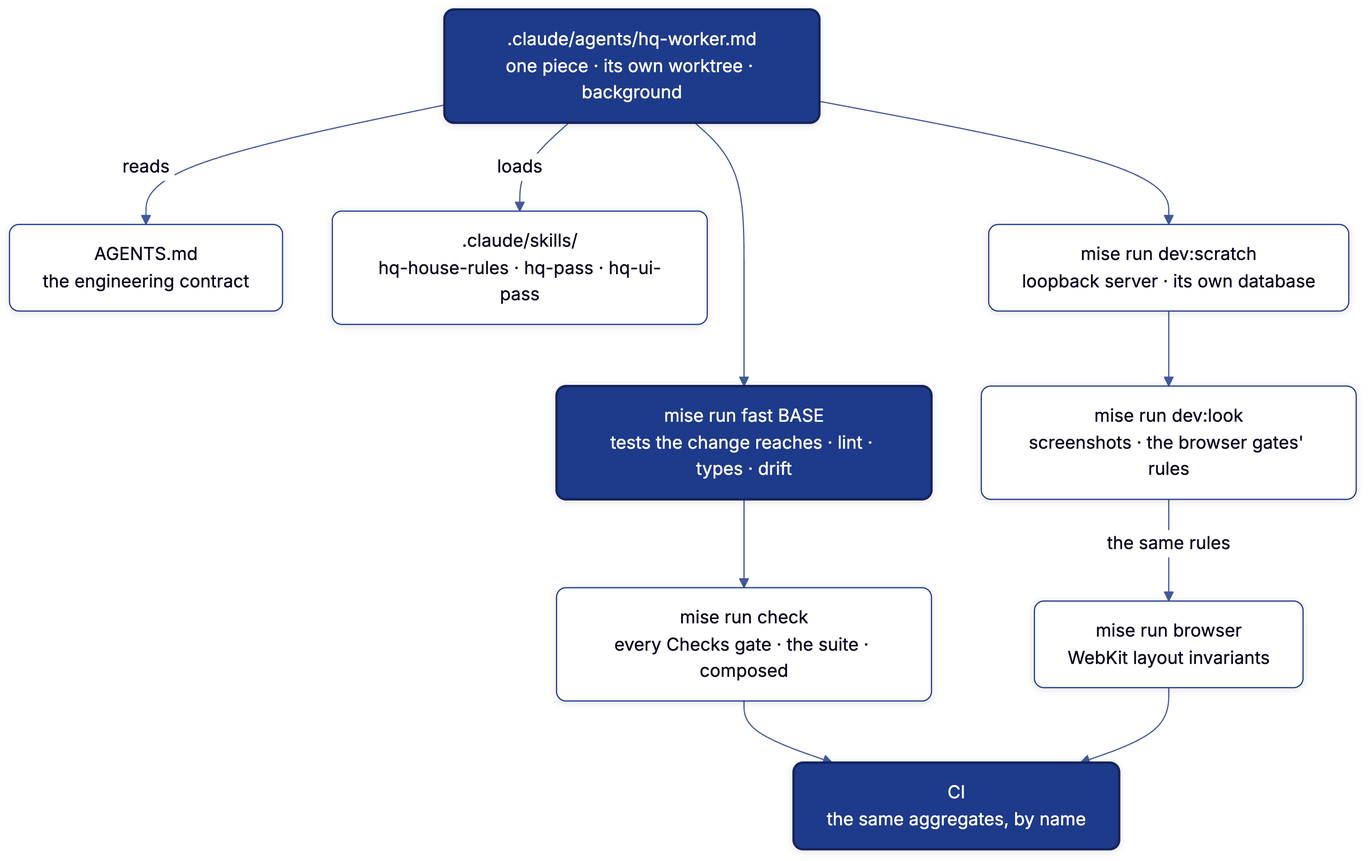
This is docs/diagrams/agent-tools.png from joeseverino/severino-hq, a Mermaid export, as it was before one commit. Its source is kept beside it as docs/diagrams/agent-tools.mmd.
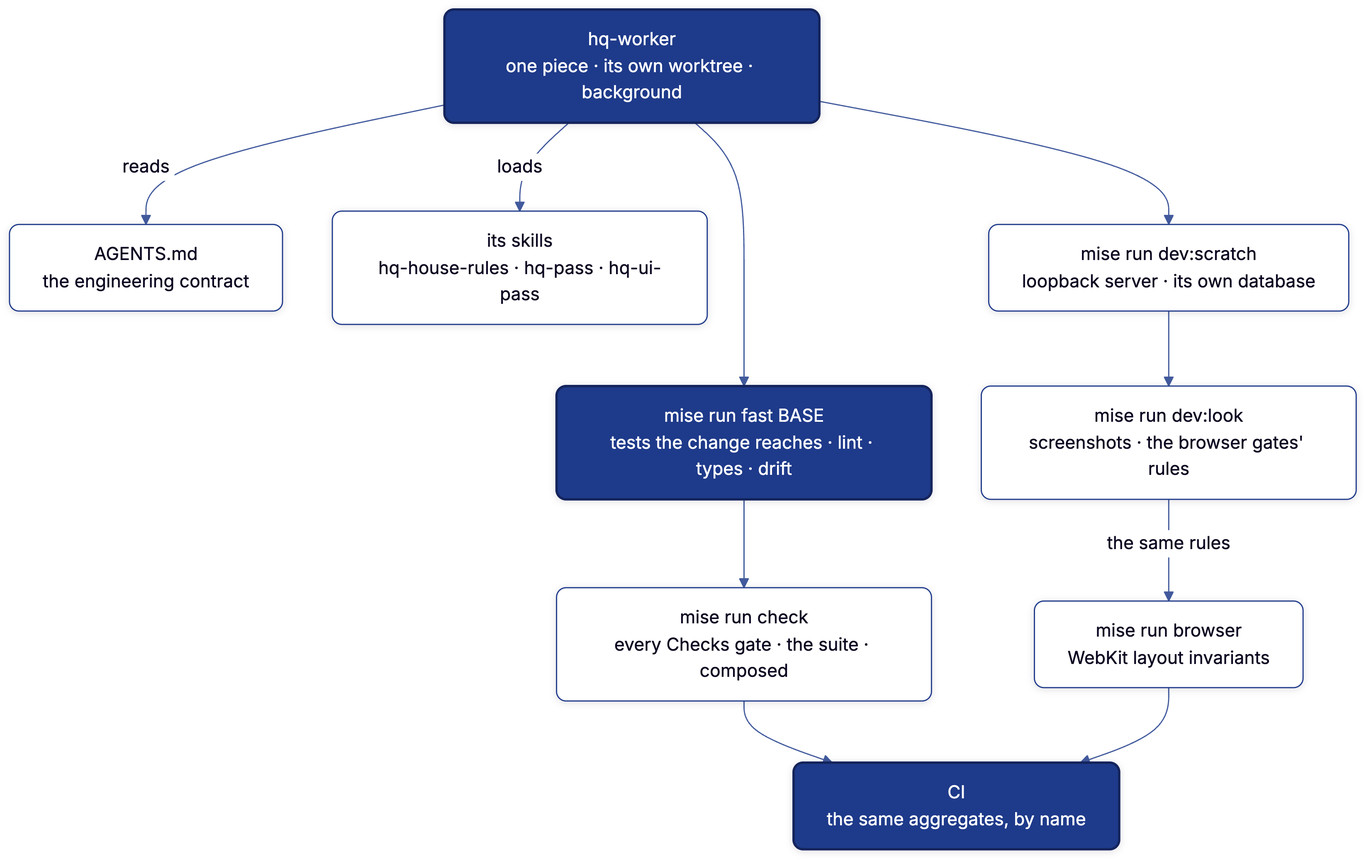
The same file after the commit.

Commit message:
ai: the worker and its skills are kept out of the repository while they change week to week; AI.md describes each by name, the tools diagram names them without paths, and .claude/ is ignored whole

The edit, as a diff of the source:
```diff
@@ -1,7 +1,7 @@
 flowchart TB
     contract["AGENTS.md<br/>the engineering contract"]
-    worker[".claude/agents/hq-worker.md<br/>one piece · its own worktree · background"]
-    rules[".claude/skills/<br/>hq-house-rules · hq-pass · hq-ui-pass"]
+    worker["hq-worker<br/>one piece · its own worktree · background"]
+    rules["its skills<br/>hq-house-rules · hq-pass · hq-ui-pass"]
     scratch["mise run dev:scratch<br/>loopback server · its own database"]
     look["mise run dev:look<br/>screenshots · the browser gates' rules"]
     fast["mise run fast BASE<br/>tests the change reaches · lint · types · drift"]
```
